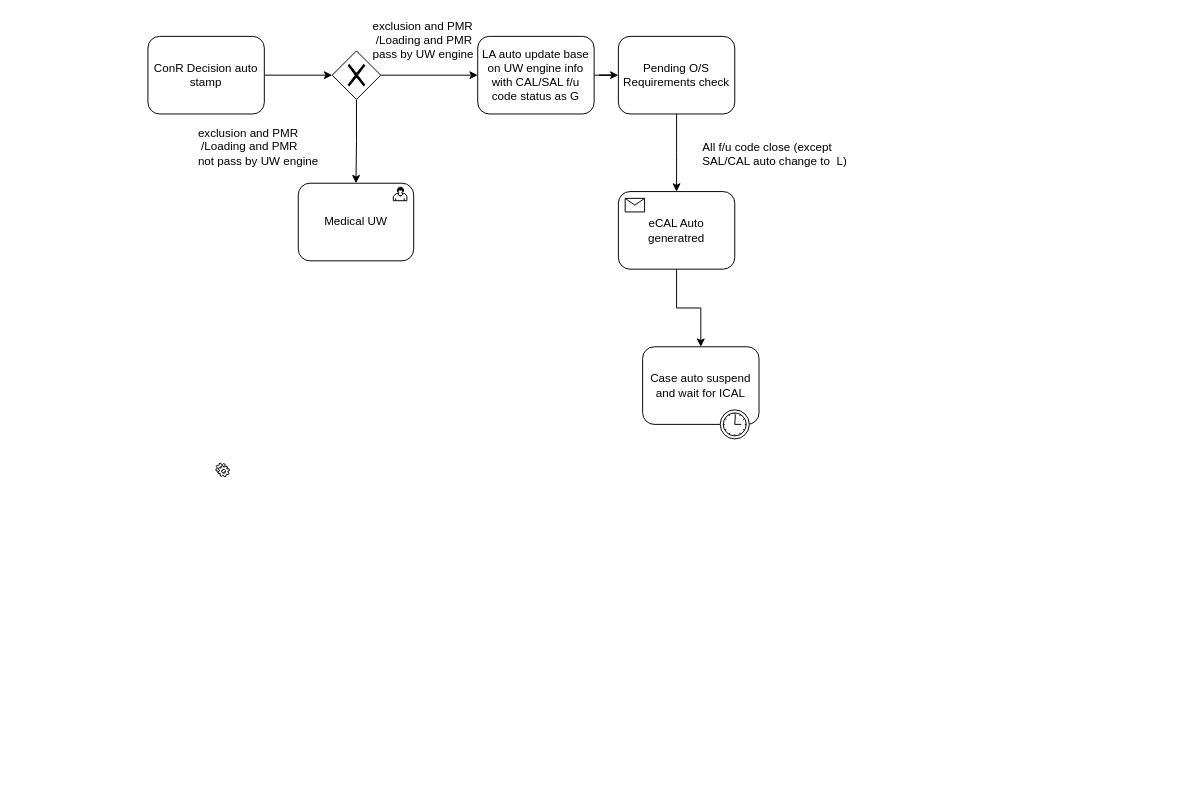
Earlier version of the draw.io diagram page "Page-8" (3 of 8) of Untitled Diagram.drawio (Jefferzonlee/WorkFlow-BPR). Source tidied: cells renumbered, new cells numbered last; positions are measured from the earlier drawing's top-left corner, leaving out a move shared by most shapes. Both pictures are drawn from the tidied source at 97%, with x=0, y=0 at pixel (147, 16).
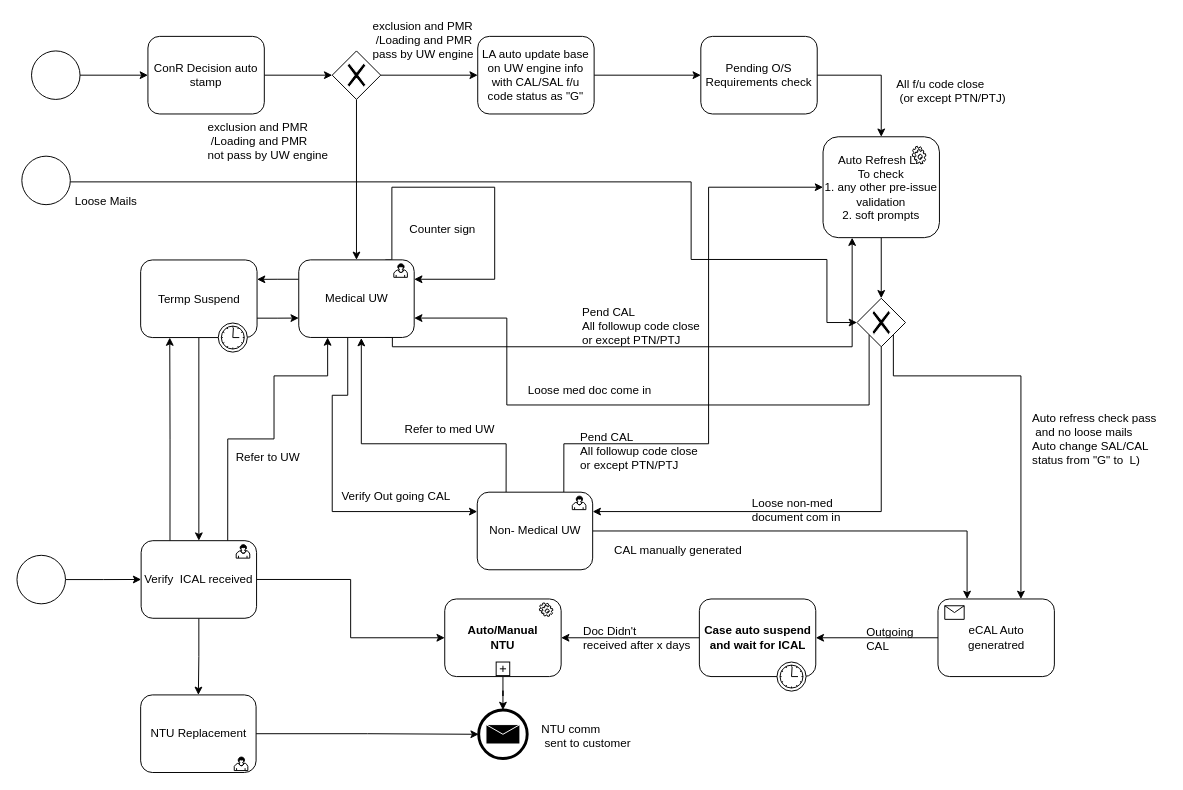
After the change.

The change refers to these unchanged cells:
```xml
<mxCell id="3" value="ConR Decision auto stamp" style="shape=ext;rounded=1;html=1;whiteSpace=wrap;fillColor=#FFFFFF;" parent="1" vertex="1">
  <mxGeometry y="20" width="120" height="80" as="geometry" />
</mxCell>
<mxCell id="6" style="shape=mxgraph.bpmn.shape;html=1;verticalLabelPosition=bottom;labelBackgroundColor=#ffffff;verticalAlign=top;align=center;perimeter=rhombusPerimeter;background=gateway;outlineConnect=0;outline=none;symbol=exclusiveGw;fillColor=#FFFFFF;" parent="1" vertex="1">
  <mxGeometry x="190" y="35" width="50" height="50" as="geometry" />
</mxCell>
```

The edit, as a diff of the source:
```diff
@@
-    <mxCell id="5" style="edgeStyle=orthogonalEdgeStyle;rounded=0;jettySize=auto;html=1;entryX=0.5;entryY=0;entryDx=0;entryDy=0;" parent="1" edge="1" source="6" target="20">
+    <mxCell id="5" style="edgeStyle=orthogonalEdgeStyle;rounded=0;jettySize=auto;html=1;entryX=0.5;entryY=0;entryDx=0;entryDy=0;exitX=0.5;exitY=1;exitDx=0;exitDy=0;" parent="1" edge="1" source="6" target="20">
       <mxGeometry relative="1" as="geometry" />
     </mxCell>
@@
-    <mxCell id="8" style="edgeStyle=orthogonalEdgeStyle;rounded=0;jettySize=auto;html=1;" parent="1" edge="1" source="9">
-      <mxGeometry relative="1" as="geometry">
-        <mxPoint x="545" y="180" as="targetPoint" />
-      </mxGeometry>
+    <mxCell id="8" style="edgeStyle=orthogonalEdgeStyle;rounded=0;jettySize=auto;html=1;" parent="1" edge="1" source="29" target="35">
+      <mxGeometry relative="1" as="geometry" />
     </mxCell>
     <mxCell id="9" value="Pending O/S Requirements check" style="shape=ext;rounded=1;html=1;whiteSpace=wrap;" parent="1" vertex="1">
-      <mxGeometry x="485" y="20" width="120" height="80" as="geometry" />
+      <mxGeometry x="570" y="20" width="120" height="80" as="geometry" />
     </mxCell>
-    <mxCell id="10" value="All f/u code&amp;nbsp;close (except &lt;br&gt;SAL/CAL auto change to&amp;nbsp; L)" style="text;html=1;align=left;verticalAlign=top;spacingTop=-4;" parent="1" vertex="1">
-      <mxGeometry x="570" y="125" width="160" height="30" as="geometry" />
+    <mxCell id="10" value="All f/u code&amp;nbsp;close&amp;nbsp;&lt;br&gt;&amp;nbsp;(or except PTN/PTJ)&amp;nbsp;&lt;br&gt;&lt;br&gt;" style="text;html=1;align=left;verticalAlign=top;spacingTop=-4;" parent="1" vertex="1">
+      <mxGeometry x="770" y="60" width="130" height="40" as="geometry" />
     </mxCell>
-    <mxCell id="11" value="exclusion and PMR &lt;br&gt;&amp;nbsp;/Loading and PMR &lt;br&gt;not pass by UW engine" style="text;html=1;align=left;verticalAlign=top;spacingTop=-4;" parent="1" vertex="1">
-      <mxGeometry x="50" y="110" width="140" height="40" as="geometry" />
+    <mxCell id="11" value="exclusion and PMR &lt;br&gt;&amp;nbsp;/Loading and PMR &lt;br&gt;not pass by UW engine&lt;br&gt;&lt;br&gt;" style="text;html=1;align=left;verticalAlign=top;spacingTop=-4;" parent="1" vertex="1">
+      <mxGeometry x="60" y="103.5" width="140" height="60" as="geometry" />
     </mxCell>
@@
-    <mxCell id="13" value="LA auto update base on UW engine info with CAL/SAL f/u code status as G" style="shape=ext;rounded=1;html=1;whiteSpace=wrap;" parent="1" vertex="1">
+    <mxCell id="13" value="LA auto update base on UW engine info with CAL/SAL f/u code status as &quot;G&quot;" style="shape=ext;rounded=1;html=1;whiteSpace=wrap;" parent="1" vertex="1">
       <mxGeometry x="340" y="20" width="120" height="80" as="geometry" />
     </mxCell>
@@
     <mxCell id="15" value="eCAL Auto generatred" style="html=1;whiteSpace=wrap;rounded=1;fillColor=#FFFFFF;" parent="1" vertex="1">
-      <mxGeometry x="485" y="180" width="120" height="80" as="geometry" />
+      <mxGeometry x="814.5" y="600" width="120" height="80" as="geometry" />
     </mxCell>
@@
+    <mxCell id="22" style="edgeStyle=orthogonalEdgeStyle;rounded=0;jettySize=auto;html=1;" parent="1" edge="1" source="17" target="24">
+      <mxGeometry relative="1" as="geometry" />
+    </mxCell>
-    <mxCell id="17" value="Case auto suspend and wait for ICAL" style="html=1;whiteSpace=wrap;rounded=1;fillColor=#FFFFFF;" parent="1" vertex="1">
-      <mxGeometry x="510" y="340" width="120" height="80" as="geometry" />
+    <mxCell id="17" value="Case auto suspend and wait for ICAL" style="html=1;whiteSpace=wrap;rounded=1;fillColor=#FFFFFF;fontStyle=1;" parent="1" vertex="1">
+      <mxGeometry x="568.5" y="600" width="120" height="80" as="geometry" />
     </mxCell>
@@
-    <mxCell id="19" style="shape=mxgraph.bpmn.service_task;html=1;fillColor=#FFFFFF;" parent="1" vertex="1">
-      <mxGeometry x="70" y="460" width="14" height="14" as="geometry" />
-    </mxCell>
+    <mxCell id="23" style="edgeStyle=orthogonalEdgeStyle;rounded=0;jettySize=auto;html=1;" parent="1" edge="1" source="24" target="68">
+      <mxGeometry relative="1" as="geometry" />
+    </mxCell>
+    <mxCell id="24" value="Auto/Manual&lt;br&gt;NTU" style="html=1;whiteSpace=wrap;rounded=1;fillColor=#FFFFFF;fontStyle=1;" parent="1" vertex="1">
+      <mxGeometry x="306" y="600" width="120" height="80" as="geometry" />
+    </mxCell>
+    <mxCell id="25" style="edgeStyle=orthogonalEdgeStyle;rounded=0;jettySize=auto;html=1;entryX=0.25;entryY=1;entryDx=0;entryDy=0;exitX=0.75;exitY=1;exitDx=0;exitDy=0;" parent="1" edge="1" source="20" target="29">
+      <mxGeometry relative="1" as="geometry">
+        <Array as="points">
+          <mxPoint x="252" y="340" />
+          <mxPoint x="726" y="340" />
+        </Array>
+      </mxGeometry>
+    </mxCell>
+    <mxCell id="26" style="edgeStyle=orthogonalEdgeStyle;rounded=0;jettySize=auto;html=1;entryX=1;entryY=0.25;entryDx=0;entryDy=0;exitX=0;exitY=0.25;exitDx=0;exitDy=0;" parent="1" edge="1" source="20" target="41">
+      <mxGeometry relative="1" as="geometry" />
+    </mxCell>
+    <mxCell id="27" style="edgeStyle=orthogonalEdgeStyle;rounded=0;jettySize=auto;html=1;entryX=0;entryY=0.25;entryDx=0;entryDy=0;exitX=0.424;exitY=0.998;exitDx=0;exitDy=0;exitPerimeter=0;" parent="1" edge="1" source="20" target="47">
+      <mxGeometry relative="1" as="geometry">
+        <Array as="points">
+          <mxPoint x="206" y="390" />
+          <mxPoint x="190" y="390" />
+          <mxPoint x="190" y="510" />
+        </Array>
+      </mxGeometry>
+    </mxCell>
+    <mxCell id="28" style="edgeStyle=orthogonalEdgeStyle;rounded=0;orthogonalLoop=1;jettySize=auto;html=1;entryX=1;entryY=0.25;entryDx=0;entryDy=0;exitX=0.75;exitY=0;exitDx=0;exitDy=0;" parent="1" edge="1" source="20" target="20">
+      <mxGeometry relative="1" as="geometry">
+        <Array as="points">
+          <mxPoint x="251.5" y="175.5" />
+          <mxPoint x="357.5" y="175.5" />
+          <mxPoint x="357.5" y="270.5" />
+        </Array>
+      </mxGeometry>
+    </mxCell>
     <mxCell id="20" value="Medical UW" style="html=1;whiteSpace=wrap;rounded=1;" parent="1" vertex="1">
-      <mxGeometry x="155" y="171.4" width="119" height="80" as="geometry" />
+      <mxGeometry x="155.5" y="250.4" width="119" height="80" as="geometry" />
     </mxCell>
@@
+    <mxCell id="29" value="Auto Refresh LA&lt;br&gt;To check &lt;br&gt;1. any other pre-issue validation&lt;br&gt;2. soft prompts&lt;br&gt;" style="html=1;whiteSpace=wrap;rounded=1;" parent="1" vertex="1">
+      <mxGeometry x="696" y="123.5" width="120" height="104" as="geometry" />
+    </mxCell>
+    <mxCell id="30" style="shape=mxgraph.bpmn.service_task;html=1;" parent="29" vertex="1">
+      <mxGeometry x="92" y="9.8" width="14" height="18.2" as="geometry" />
+    </mxCell>
+    <mxCell id="31" style="edgeStyle=orthogonalEdgeStyle;rounded=0;jettySize=auto;html=1;entryX=0.5;entryY=0;entryDx=0;entryDy=0;" parent="1" edge="1" source="9" target="29">
+      <mxGeometry relative="1" as="geometry" />
+    </mxCell>
+    <mxCell id="32" style="edgeStyle=orthogonalEdgeStyle;rounded=0;jettySize=auto;html=1;exitX=0.75;exitY=0.75;exitDx=0;exitDy=0;exitPerimeter=0;" parent="1" edge="1" source="35" target="15">
+      <mxGeometry relative="1" as="geometry">
+        <Array as="points">
+          <mxPoint x="769" y="370" />
+          <mxPoint x="900" y="370" />
+        </Array>
+      </mxGeometry>
+    </mxCell>
+    <mxCell id="33" style="edgeStyle=orthogonalEdgeStyle;rounded=0;jettySize=auto;html=1;entryX=1;entryY=0.75;entryDx=0;entryDy=0;exitX=0.25;exitY=0.75;exitDx=0;exitDy=0;exitPerimeter=0;" parent="1" edge="1" source="35" target="20">
+      <mxGeometry relative="1" as="geometry">
+        <Array as="points">
+          <mxPoint x="744" y="400" />
+          <mxPoint x="370" y="400" />
+          <mxPoint x="370" y="310" />
+        </Array>
+      </mxGeometry>
+    </mxCell>
+    <mxCell id="34" style="edgeStyle=orthogonalEdgeStyle;rounded=0;jettySize=auto;html=1;entryX=1;entryY=0.25;entryDx=0;entryDy=0;exitX=0.5;exitY=1;exitDx=0;exitDy=0;" parent="1" edge="1" source="35" target="47">
+      <mxGeometry relative="1" as="geometry" />
+    </mxCell>
+    <mxCell id="35" style="shape=mxgraph.bpmn.shape;html=1;verticalLabelPosition=bottom;labelBackgroundColor=#ffffff;verticalAlign=top;align=center;perimeter=rhombusPerimeter;background=gateway;outlineConnect=0;outline=none;symbol=exclusiveGw;fillColor=#FFFFFF;" parent="1" vertex="1">
+      <mxGeometry x="731" y="290" width="50" height="50" as="geometry" />
+    </mxCell>
+    <mxCell id="36" value="Loose med doc come in" style="text;html=1;align=left;verticalAlign=top;spacingTop=-4;" parent="1" vertex="1">
+      <mxGeometry x="390" y="375" width="140" height="20" as="geometry" />
+    </mxCell>
+    <mxCell id="37" value="Auto refress check pass&lt;br&gt;&amp;nbsp;and no loose mails&lt;br&gt;Auto change SAL/CAL&amp;nbsp;&lt;br&gt;status from &quot;G&quot; to&amp;nbsp; L)&lt;br&gt;" style="text;html=1;align=left;verticalAlign=top;spacingTop=-4;" parent="1" vertex="1">
+      <mxGeometry x="910" y="404" width="140" height="60" as="geometry" />
+    </mxCell>
+    <mxCell id="38" value="Pend CAL&amp;nbsp;&lt;br&gt;All followup code close &lt;br&gt;or except PTN/PTJ&lt;br&gt;" style="text;html=1;align=left;verticalAlign=top;spacingTop=-4;" parent="1" vertex="1">
+      <mxGeometry x="446" y="295" width="140" height="40" as="geometry" />
+    </mxCell>
+    <mxCell id="39" style="edgeStyle=orthogonalEdgeStyle;rounded=0;jettySize=auto;html=1;entryX=0;entryY=0.75;entryDx=0;entryDy=0;exitX=1;exitY=0.75;exitDx=0;exitDy=0;" parent="1" edge="1" source="41" target="20">
+      <mxGeometry relative="1" as="geometry" />
+    </mxCell>
+    <mxCell id="40" style="edgeStyle=orthogonalEdgeStyle;rounded=0;jettySize=auto;html=1;entryX=0.5;entryY=0;entryDx=0;entryDy=0;exitX=0.5;exitY=1;exitDx=0;exitDy=0;" parent="1" edge="1" source="41" target="61">
+      <mxGeometry relative="1" as="geometry" />
+    </mxCell>
+    <mxCell id="41" value="Termp Suspend" style="html=1;whiteSpace=wrap;rounded=1;fillColor=#FFFFFF;" parent="1" vertex="1">
+      <mxGeometry x="-7.5" y="250.5" width="120" height="80" as="geometry" />
+    </mxCell>
+    <mxCell id="42" style="shape=mxgraph.bpmn.timer_start;perimeter=ellipsePerimeter;html=1;verticalLabelPosition=bottom;labelBackgroundColor=#ffffff;verticalAlign=top;" parent="41" vertex="1">
+      <mxGeometry x="1" y="1" width="30" height="30" relative="1" as="geometry">
+        <mxPoint x="-40" y="-15" as="offset" />
+      </mxGeometry>
+    </mxCell>
+    <mxCell id="43" value="Outgoing &lt;br&gt;CAL" style="text;html=1;align=left;verticalAlign=top;spacingTop=-4;" parent="1" vertex="1">
+      <mxGeometry x="738.5" y="625" width="70" height="30" as="geometry" />
+    </mxCell>
+    <mxCell id="44" style="edgeStyle=orthogonalEdgeStyle;rounded=0;jettySize=auto;html=1;entryX=0.25;entryY=0;entryDx=0;entryDy=0;" parent="1" edge="1" source="47" target="15">
+      <mxGeometry relative="1" as="geometry" />
+    </mxCell>
+    <mxCell id="45" style="edgeStyle=orthogonalEdgeStyle;rounded=0;jettySize=auto;html=1;exitX=0.25;exitY=0;exitDx=0;exitDy=0;" parent="1" edge="1" source="47">
+      <mxGeometry relative="1" as="geometry">
+        <mxPoint x="220" y="331" as="targetPoint" />
+        <Array as="points">
+          <mxPoint x="370" y="440" />
+          <mxPoint x="220" y="440" />
+        </Array>
+      </mxGeometry>
+    </mxCell>
+    <mxCell id="46" style="edgeStyle=orthogonalEdgeStyle;rounded=0;jettySize=auto;html=1;entryX=0;entryY=0.5;entryDx=0;entryDy=0;exitX=0.75;exitY=0;exitDx=0;exitDy=0;" parent="1" edge="1" source="47" target="29">
+      <mxGeometry relative="1" as="geometry">
+        <Array as="points">
+          <mxPoint x="429" y="440" />
+          <mxPoint x="578" y="440" />
+          <mxPoint x="578" y="175" />
+        </Array>
+      </mxGeometry>
+    </mxCell>
+    <mxCell id="47" value="Non- Medical UW" style="html=1;whiteSpace=wrap;rounded=1;" parent="1" vertex="1">
+      <mxGeometry x="339.5" y="489.9" width="119" height="80" as="geometry" />
+    </mxCell>
+    <mxCell id="48" style="html=1;shape=mxgraph.bpmn.user_task;" parent="47" vertex="1">
+      <mxGeometry x="98" y="4" width="14" height="14" as="geometry">
+        <mxPoint x="110" y="14" as="offset" />
+      </mxGeometry>
+    </mxCell>
+    <mxCell id="49" value="CAL manually generated" style="text;html=1;align=left;verticalAlign=top;spacingTop=-4;" parent="1" vertex="1">
+      <mxGeometry x="478.5" y="540" width="150" height="20" as="geometry" />
+    </mxCell>
+    <mxCell id="50" value="Loose non-med &lt;br&gt;document com in" style="text;html=1;align=left;verticalAlign=top;spacingTop=-4;" parent="1" vertex="1">
+      <mxGeometry x="621" y="492" width="110" height="30" as="geometry" />
+    </mxCell>
+    <mxCell id="51" value="Pend CAL&amp;nbsp;&lt;br&gt;All followup code close &lt;br&gt;or except PTN/PTJ&lt;br&gt;" style="text;html=1;align=left;verticalAlign=top;spacingTop=-4;" parent="1" vertex="1">
+      <mxGeometry x="443.5" y="424" width="140" height="40" as="geometry" />
+    </mxCell>
+    <mxCell id="52" value="Counter sign" style="text;html=1;align=left;verticalAlign=top;spacingTop=-4;" parent="1" vertex="1">
+      <mxGeometry x="267.5" y="208.5" width="80" height="20" as="geometry" />
+    </mxCell>
+    <mxCell id="53" style="edgeStyle=orthogonalEdgeStyle;rounded=0;jettySize=auto;html=1;" parent="1" edge="1" source="54" target="3">
+      <mxGeometry relative="1" as="geometry" />
+    </mxCell>
+    <mxCell id="54" style="shape=mxgraph.bpmn.shape;html=1;verticalLabelPosition=bottom;labelBackgroundColor=#ffffff;verticalAlign=top;align=center;perimeter=ellipsePerimeter;outlineConnect=0;outline=standard;symbol=general;fillColor=#FFFFFF;" parent="1" vertex="1">
+      <mxGeometry x="-120" y="35" width="50" height="50" as="geometry" />
+    </mxCell>
+    <mxCell id="55" style="edgeStyle=orthogonalEdgeStyle;rounded=0;jettySize=auto;html=1;" parent="1" edge="1" source="56" target="61">
+      <mxGeometry relative="1" as="geometry" />
+    </mxCell>
+    <mxCell id="56" style="shape=mxgraph.bpmn.shape;html=1;verticalLabelPosition=bottom;labelBackgroundColor=#ffffff;verticalAlign=top;align=center;perimeter=ellipsePerimeter;outlineConnect=0;outline=standard;symbol=general;fillColor=#FFFFFF;" parent="1" vertex="1">
+      <mxGeometry x="-135" y="555" width="50" height="50" as="geometry" />
+    </mxCell>
+    <mxCell id="57" style="edgeStyle=orthogonalEdgeStyle;rounded=0;jettySize=auto;html=1;entryX=0.25;entryY=1;entryDx=0;entryDy=0;exitX=0.75;exitY=0;exitDx=0;exitDy=0;" parent="1" edge="1" source="61" target="20">
+      <mxGeometry relative="1" as="geometry">
+        <Array as="points">
+          <mxPoint x="83" y="435" />
+          <mxPoint x="130" y="435" />
+          <mxPoint x="130" y="370" />
+          <mxPoint x="185" y="370" />
+        </Array>
+      </mxGeometry>
+    </mxCell>
+    <mxCell id="58" style="edgeStyle=orthogonalEdgeStyle;rounded=0;jettySize=auto;html=1;exitX=0.5;exitY=1;exitDx=0;exitDy=0;entryX=0.5;entryY=0;entryDx=0;entryDy=0;" parent="1" edge="1" source="61" target="64">
+      <mxGeometry relative="1" as="geometry" />
+    </mxCell>
+    <mxCell id="59" style="edgeStyle=orthogonalEdgeStyle;rounded=0;jettySize=auto;html=1;entryX=0.25;entryY=1;entryDx=0;entryDy=0;exitX=0.25;exitY=0;exitDx=0;exitDy=0;" parent="1" edge="1" source="61" target="41">
+      <mxGeometry relative="1" as="geometry" />
+    </mxCell>
+    <mxCell id="60" style="edgeStyle=orthogonalEdgeStyle;rounded=0;jettySize=auto;html=1;" parent="1" edge="1" source="61" target="24">
+      <mxGeometry relative="1" as="geometry" />
+    </mxCell>
+    <mxCell id="61" value="&lt;span&gt;Verify&amp;nbsp; ICAL received&lt;/span&gt;" style="html=1;whiteSpace=wrap;rounded=1;" parent="1" vertex="1">
+      <mxGeometry x="-7" y="539.9" width="119" height="80" as="geometry" />
+    </mxCell>
+    <mxCell id="62" style="html=1;shape=mxgraph.bpmn.user_task;" parent="61" vertex="1">
+      <mxGeometry x="98" y="4" width="14" height="14" as="geometry">
+        <mxPoint x="110" y="14" as="offset" />
+      </mxGeometry>
+    </mxCell>
+    <mxCell id="63" style="edgeStyle=orthogonalEdgeStyle;rounded=0;jettySize=auto;html=1;entryX=0;entryY=0.5;entryDx=0;entryDy=0;" parent="1" edge="1" source="64" target="68">
+      <mxGeometry relative="1" as="geometry" />
+    </mxCell>
+    <mxCell id="64" value="NTU Replacement" style="html=1;whiteSpace=wrap;rounded=1;" parent="1" vertex="1">
+      <mxGeometry x="-7.5" y="698.9" width="119" height="80" as="geometry" />
+    </mxCell>
+    <mxCell id="65" style="html=1;shape=mxgraph.bpmn.user_task;" parent="64" vertex="1">
+      <mxGeometry x="96.5" y="64" width="14" height="14" as="geometry">
+        <mxPoint x="110" y="14" as="offset" />
+      </mxGeometry>
+    </mxCell>
+    <mxCell id="66" value="Refer to UW" style="text;html=1;align=left;verticalAlign=top;spacingTop=-4;" parent="1" vertex="1">
+      <mxGeometry x="89" y="444" width="80" height="20" as="geometry" />
+    </mxCell>
+    <mxCell id="67" style="shape=mxgraph.bpmn.service_task;html=1;fillColor=#FFFFFF;" parent="1" vertex="1">
+      <mxGeometry x="403.5" y="604" width="14" height="14" as="geometry" />
+    </mxCell>
+    <mxCell id="68" style="shape=mxgraph.bpmn.shape;html=1;verticalLabelPosition=bottom;labelBackgroundColor=#ffffff;verticalAlign=top;align=center;perimeter=ellipsePerimeter;outlineConnect=0;outline=end;symbol=message;" parent="1" vertex="1">
+      <mxGeometry x="341" y="714.5" width="50" height="50" as="geometry" />
+    </mxCell>
+    <mxCell id="69" value="NTU comm&lt;br&gt;&amp;nbsp;sent to customer" style="text;html=1;align=left;verticalAlign=top;spacingTop=-4;" parent="1" vertex="1">
+      <mxGeometry x="403.5" y="725" width="110" height="30" as="geometry" />
+    </mxCell>
+    <mxCell id="70" value="Doc Didn't &lt;br&gt;received after x days" style="text;html=1;align=left;verticalAlign=top;spacingTop=-4;" parent="1" vertex="1">
+      <mxGeometry x="446.5" y="624" width="130" height="30" as="geometry" />
+    </mxCell>
+    <mxCell id="71" style="shape=plus;html=1;fillColor=#FFFFFF;" parent="1" vertex="1">
+      <mxGeometry x="359" y="665" width="14" height="14" as="geometry" />
+    </mxCell>
+    <mxCell id="72" value="Refer to med UW" style="text;html=1;align=left;verticalAlign=top;spacingTop=-4;" parent="1" vertex="1">
+      <mxGeometry x="263" y="415" width="110" height="20" as="geometry" />
+    </mxCell>
+    <mxCell id="73" style="edgeStyle=orthogonalEdgeStyle;rounded=0;jettySize=auto;html=1;entryX=0;entryY=0.5;entryDx=0;entryDy=0;" parent="1" edge="1" source="74" target="35">
+      <mxGeometry relative="1" as="geometry">
+        <Array as="points">
+          <mxPoint x="560" y="170" />
+          <mxPoint x="560" y="250" />
+          <mxPoint x="700" y="250" />
+          <mxPoint x="700" y="315" />
+        </Array>
+      </mxGeometry>
+    </mxCell>
+    <mxCell id="74" style="shape=mxgraph.bpmn.shape;html=1;verticalLabelPosition=bottom;labelBackgroundColor=#ffffff;verticalAlign=top;align=center;perimeter=ellipsePerimeter;outlineConnect=0;outline=standard;symbol=general;fillColor=#FFFFFF;" parent="1" vertex="1">
+      <mxGeometry x="-130" y="143.5" width="50" height="50" as="geometry" />
+    </mxCell>
+    <mxCell id="75" value="Loose Mails" style="text;html=1;align=left;verticalAlign=top;spacingTop=-4;" parent="1" vertex="1">
+      <mxGeometry x="-77.5" y="180" width="80" height="20" as="geometry" />
+    </mxCell>
+    <mxCell id="76" value="&lt;span&gt;Verify Out going CAL&lt;/span&gt;" style="text;html=1;align=left;verticalAlign=top;spacingTop=-4;" parent="1" vertex="1">
+      <mxGeometry x="198" y="484" width="130" height="20" as="geometry" />
+    </mxCell>
```
